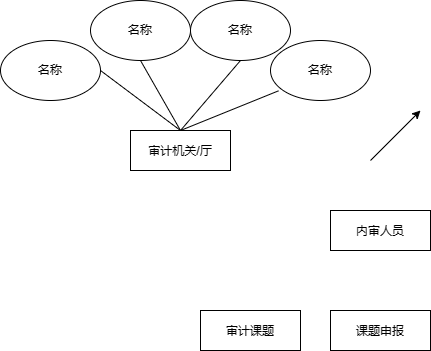
chenxuansoeasy/BERT-pytorch keeps this draw.io diagram as 未命名绘图.drawio.png. Above is the earlier version. Source tidied: cells renumbered, new cells last; positions are measured from the earlier drawing's top-left corner, leaving out a move shared by most shapes.
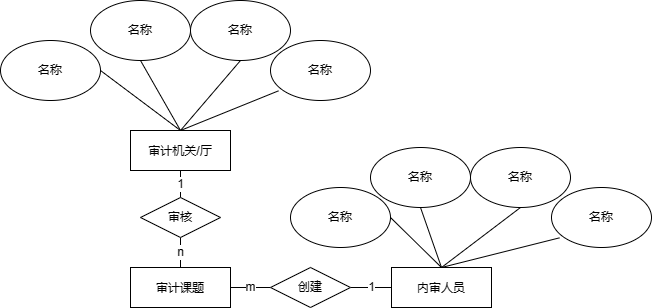
The same diagram one commit later.

Commit message:
更新未命名绘图.drawio.png

Change to the diagram source:
```diff
@@ -5,30 +5,24 @@
     <mxCell id="2" style="rounded=0;jettySize=auto;html=1;exitX=0.5;exitY=0;exitDx=0;exitDy=0;entryX=0.08;entryY=0.839;entryDx=0;entryDy=0;entryPerimeter=0;endArrow=none;endFill=0;" parent="1" edge="1" source="3" target="12">
       <mxGeometry relative="1" as="geometry" />
     </mxCell>
+    <mxCell id="15" value="1" style="rounded=0;jettySize=auto;html=1;exitX=0.5;exitY=1;exitDx=0;exitDy=0;entryX=0.5;entryY=0;entryDx=0;entryDy=0;endArrow=none;endFill=0;" parent="1" edge="1" source="3" target="26">
+      <mxGeometry relative="1" as="geometry" />
+    </mxCell>
     <mxCell id="3" value="&lt;p class=&quot;MsoNormal&quot;&gt;&lt;font face=&quot;Segoe UI&quot;&gt;审计机关&lt;/font&gt;/厅&lt;/p&gt;" style="whiteSpace=wrap;html=1;align=center;" parent="1" vertex="1">
       <mxGeometry x="130" y="130" width="100" height="40" as="geometry" />
     </mxCell>
-    <mxCell id="4" value="&lt;p class=&quot;MsoNormal&quot;&gt;&lt;font face=&quot;Segoe UI&quot;&gt;内审人员&lt;/font&gt;&lt;/p&gt;" style="whiteSpace=wrap;html=1;align=center;" parent="1" vertex="1">
-      <mxGeometry x="330" y="210" width="100" height="40" as="geometry" />
-    </mxCell>
+    <mxCell id="16" value="m" style="rounded=0;jettySize=auto;html=1;exitX=1;exitY=0.5;exitDx=0;exitDy=0;entryX=0;entryY=0.5;entryDx=0;entryDy=0;endArrow=none;endFill=0;" parent="1" edge="1" source="5" target="28">
+      <mxGeometry relative="1" as="geometry" />
+    </mxCell>
     <mxCell id="5" value="&lt;p class=&quot;MsoNormal&quot;&gt;&lt;font face=&quot;Segoe UI&quot;&gt;审计课题&lt;/font&gt;&lt;/p&gt;" style="whiteSpace=wrap;html=1;align=center;" parent="1" vertex="1">
-      <mxGeometry x="200" y="310" width="100" height="40" as="geometry" />
+      <mxGeometry x="130" y="267" width="100" height="40" as="geometry" />
     </mxCell>
-    <mxCell id="6" value="&lt;p class=&quot;MsoNormal&quot;&gt;&lt;font face=&quot;Segoe UI&quot;&gt;课题申报&lt;/font&gt;&lt;/p&gt;" style="whiteSpace=wrap;html=1;align=center;" parent="1" vertex="1">
-      <mxGeometry x="330" y="310" width="100" height="40" as="geometry" />
-    </mxCell>
     <mxCell id="7" style="rounded=0;jettySize=auto;html=1;exitX=0.5;exitY=1;exitDx=0;exitDy=0;entryX=0.5;entryY=0;entryDx=0;entryDy=0;endArrow=none;endFill=0;" parent="1" edge="1" source="8" target="3">
       <mxGeometry relative="1" as="geometry" />
     </mxCell>
     <mxCell id="8" value="名称" style="ellipse;whiteSpace=wrap;html=1;align=center;" parent="1" vertex="1">
       <mxGeometry x="90" width="100" height="60" as="geometry" />
     </mxCell>
-    <mxCell id="9" style="endArrow=classic;html=1;rounded=0;" parent="1" edge="1">
-      <mxGeometry relative="1" as="geometry">
-        <mxPoint x="370" y="160" as="sourcePoint" />
-        <mxPoint x="420" y="110" as="targetPoint" />
-      </mxGeometry>
-    </mxCell>
     <mxCell id="10" style="rounded=0;jettySize=auto;html=1;exitX=0.5;exitY=1;exitDx=0;exitDy=0;endArrow=none;endFill=0;entryX=0.5;entryY=0;entryDx=0;entryDy=0;" parent="1" edge="1" source="11" target="3">
       <mxGeometry relative="1" as="geometry" />
     </mxCell>
@@ -44,5 +38,44 @@
     <mxCell id="14" value="名称" style="ellipse;whiteSpace=wrap;html=1;align=center;" parent="1" vertex="1">
       <mxGeometry y="40" width="100" height="60" as="geometry" />
     </mxCell>
+    <mxCell id="17" style="rounded=0;jettySize=auto;html=1;exitX=0.5;exitY=0;exitDx=0;exitDy=0;entryX=0.08;entryY=0.839;entryDx=0;entryDy=0;entryPerimeter=0;endArrow=none;endFill=0;" parent="1" edge="1" source="4" target="22">
+      <mxGeometry relative="1" as="geometry" />
+    </mxCell>
+    <mxCell id="4" value="&lt;p class=&quot;MsoNormal&quot;&gt;&lt;font face=&quot;Segoe UI&quot;&gt;内审人员&lt;/font&gt;&lt;/p&gt;" style="whiteSpace=wrap;html=1;align=center;" parent="1" vertex="1">
+      <mxGeometry x="391" y="267" width="100" height="40" as="geometry" />
+    </mxCell>
+    <mxCell id="18" style="rounded=0;jettySize=auto;html=1;exitX=0.5;exitY=1;exitDx=0;exitDy=0;entryX=0.5;entryY=0;entryDx=0;entryDy=0;endArrow=none;endFill=0;" parent="1" edge="1" source="19" target="4">
+      <mxGeometry relative="1" as="geometry" />
+    </mxCell>
+    <mxCell id="19" value="名称" style="ellipse;whiteSpace=wrap;html=1;align=center;" parent="1" vertex="1">
+      <mxGeometry x="370" y="147" width="100" height="60" as="geometry" />
+    </mxCell>
+    <mxCell id="20" style="rounded=0;jettySize=auto;html=1;exitX=0.5;exitY=1;exitDx=0;exitDy=0;endArrow=none;endFill=0;entryX=0.5;entryY=0;entryDx=0;entryDy=0;" parent="1" edge="1" source="21" target="4">
+      <mxGeometry relative="1" as="geometry" />
+    </mxCell>
+    <mxCell id="21" value="名称" style="ellipse;whiteSpace=wrap;html=1;align=center;" parent="1" vertex="1">
+      <mxGeometry x="470" y="147" width="100" height="60" as="geometry" />
+    </mxCell>
+    <mxCell id="22" value="名称" style="ellipse;whiteSpace=wrap;html=1;align=center;" parent="1" vertex="1">
+      <mxGeometry x="551" y="187" width="100" height="60" as="geometry" />
+    </mxCell>
+    <mxCell id="23" style="rounded=0;jettySize=auto;html=1;exitX=1;exitY=0.5;exitDx=0;exitDy=0;entryX=0.5;entryY=0;entryDx=0;entryDy=0;endArrow=none;endFill=0;" parent="1" edge="1" source="24" target="4">
+      <mxGeometry relative="1" as="geometry" />
+    </mxCell>
+    <mxCell id="24" value="名称" style="ellipse;whiteSpace=wrap;html=1;align=center;" parent="1" vertex="1">
+      <mxGeometry x="290" y="187" width="100" height="60" as="geometry" />
+    </mxCell>
+    <mxCell id="25" value="n" style="rounded=0;jettySize=auto;html=1;exitX=0.5;exitY=1;exitDx=0;exitDy=0;entryX=0.5;entryY=0;entryDx=0;entryDy=0;endArrow=none;endFill=0;" parent="1" edge="1" source="26" target="5">
+      <mxGeometry relative="1" as="geometry" />
+    </mxCell>
+    <mxCell id="26" value="审核" style="shape=rhombus;perimeter=rhombusPerimeter;whiteSpace=wrap;html=1;align=center;" parent="1" vertex="1">
+      <mxGeometry x="140" y="197" width="80" height="40" as="geometry" />
+    </mxCell>
+    <mxCell id="27" value="1" style="rounded=0;jettySize=auto;html=1;exitX=1;exitY=0.5;exitDx=0;exitDy=0;entryX=0;entryY=0.5;entryDx=0;entryDy=0;endArrow=none;endFill=0;" parent="1" edge="1" source="28" target="4">
+      <mxGeometry relative="1" as="geometry" />
+    </mxCell>
+    <mxCell id="28" value="创建" style="shape=rhombus;perimeter=rhombusPerimeter;whiteSpace=wrap;html=1;align=center;" parent="1" vertex="1">
+      <mxGeometry x="270" y="267" width="80" height="40" as="geometry" />
+    </mxCell>
   </root>
 </mxGraphModel>
```
